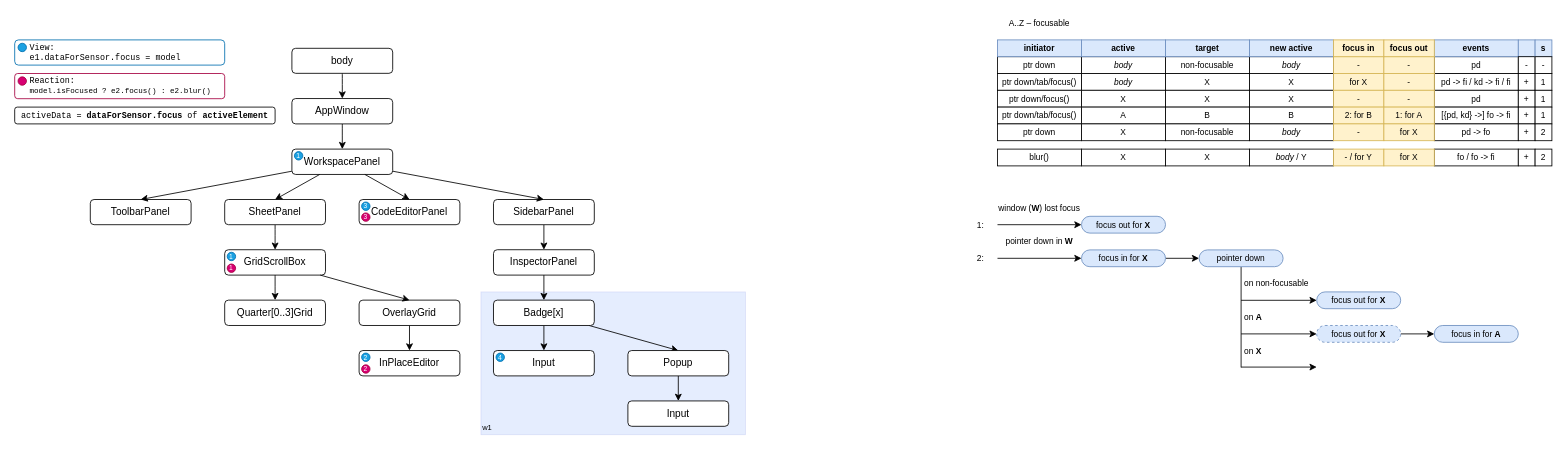
nezaboodka/verstak keeps this draw.io diagram as page "Focus" (2 of 3) of docs/dnd.drawio. Above is the earlier version. Source tidied: cells renumbered, new cells numbered last; positions are measured from the earlier drawing's top-left corner, leaving out a move shared by most shapes. Both pictures are drawn from the tidied source at 84%, with x=0, y=0 at pixel (14, 14).
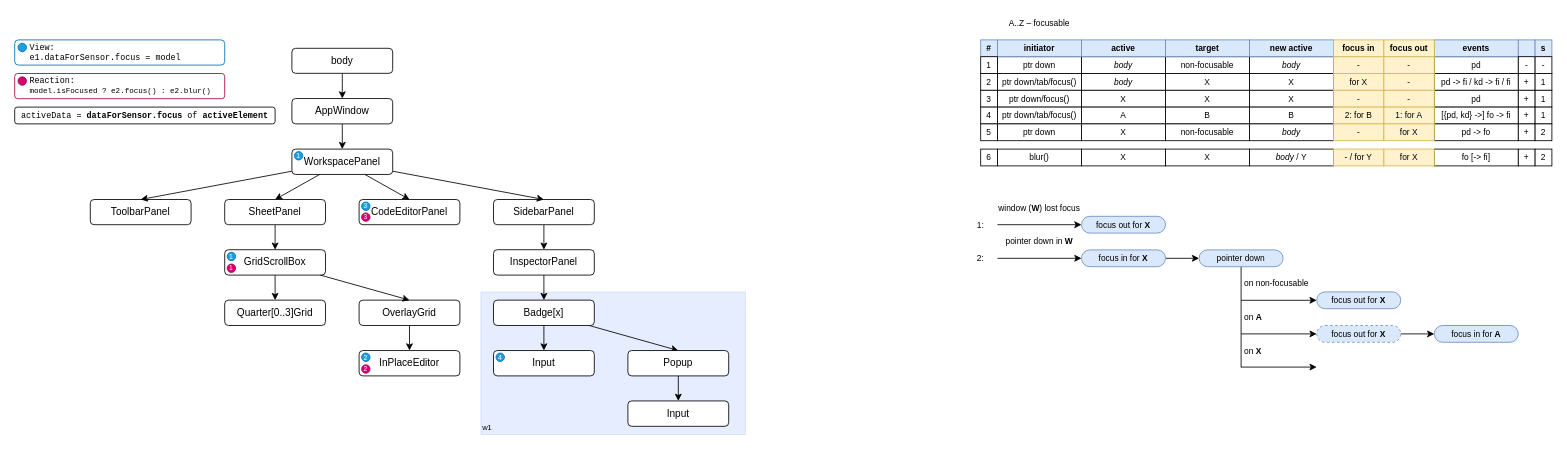
Above is the later version.

What changed in the source:
```diff
@@
-    <mxCell id="112" value="fo / fo -&amp;gt; fi" style="rounded=0;whiteSpace=wrap;html=1;labelBorderColor=none;fontSize=10;strokeColor=default;" parent="1" vertex="1">
+    <mxCell id="112" value="fo [-&amp;gt; fi]" style="rounded=0;whiteSpace=wrap;html=1;labelBorderColor=none;fontSize=10;strokeColor=default;" parent="1" vertex="1">
       <mxGeometry x="1690" y="160" width="100" height="20" as="geometry" />
     </mxCell>
@@
+    <mxCell id="132" value="#" style="rounded=0;whiteSpace=wrap;html=1;labelBorderColor=none;fontSize=10;strokeColor=#6c8ebf;fontStyle=1;fillColor=#dae8fc;" parent="1" vertex="1">
+      <mxGeometry x="1150" y="30" width="20" height="20" as="geometry" />
+    </mxCell>
+    <mxCell id="133" value="1" style="rounded=0;whiteSpace=wrap;html=1;labelBorderColor=none;fontSize=10;strokeColor=default;" parent="1" vertex="1">
+      <mxGeometry x="1150" y="50" width="20" height="20" as="geometry" />
+    </mxCell>
+    <mxCell id="134" value="2" style="rounded=0;whiteSpace=wrap;html=1;labelBorderColor=none;fontSize=10;strokeColor=default;" parent="1" vertex="1">
+      <mxGeometry x="1150" y="70" width="20" height="20" as="geometry" />
+    </mxCell>
+    <mxCell id="135" value="3" style="rounded=0;whiteSpace=wrap;html=1;labelBorderColor=none;fontSize=10;strokeColor=default;" parent="1" vertex="1">
+      <mxGeometry x="1150" y="90" width="20" height="20" as="geometry" />
+    </mxCell>
+    <mxCell id="136" value="4" style="rounded=0;whiteSpace=wrap;html=1;labelBorderColor=none;fontSize=10;strokeColor=default;" parent="1" vertex="1">
+      <mxGeometry x="1150" y="110" width="20" height="20" as="geometry" />
+    </mxCell>
+    <mxCell id="137" value="5" style="rounded=0;whiteSpace=wrap;html=1;labelBorderColor=none;fontSize=10;strokeColor=default;" parent="1" vertex="1">
+      <mxGeometry x="1150" y="130" width="20" height="20" as="geometry" />
+    </mxCell>
+    <mxCell id="138" value="6" style="rounded=0;whiteSpace=wrap;html=1;labelBorderColor=none;fontSize=10;strokeColor=default;" parent="1" vertex="1">
+      <mxGeometry x="1150" y="160" width="20" height="20" as="geometry" />
+    </mxCell>
```
